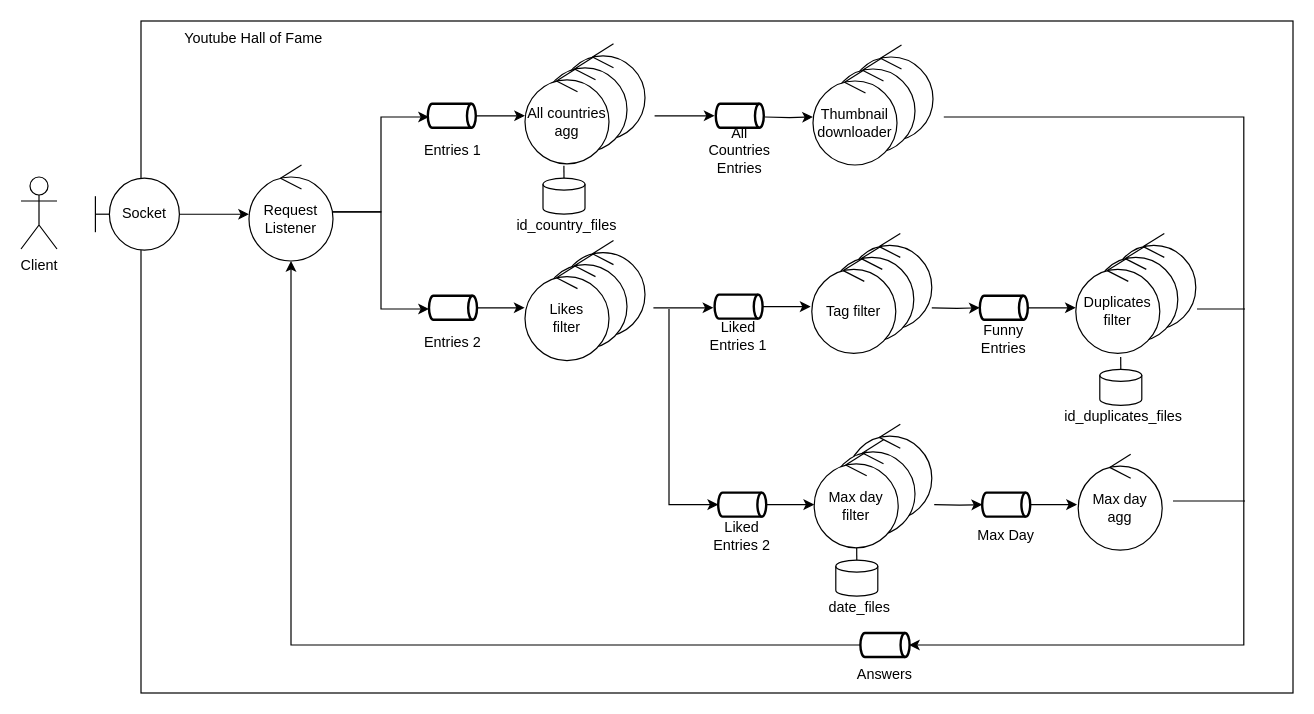
This is imgs/robustez.drawio from FrancoBar/Distribuidos-Tp2, a draw.io file, before an edit. Source tidied: cells renumbered, new cells numbered last; positions are measured from the earlier drawing's top-left corner, leaving out a move shared by most shapes. Both pictures are drawn from the tidied source at 120%, with x=0, y=0 at pixel (20, 20).
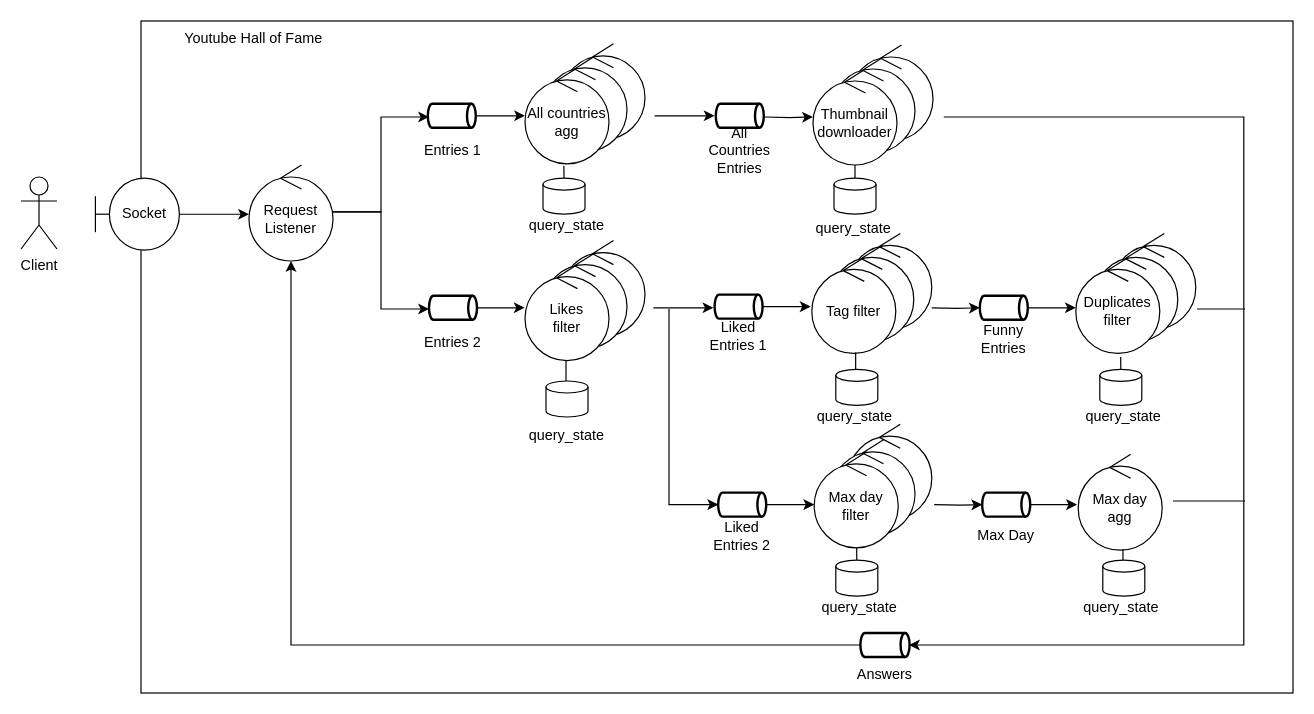
The same page after the edit.

Commit message:
Update diagrama de robustez

Unchanged cells that the change refers to:
```xml
<mxCell id="17" value="&lt;div&gt;Thumbnail&lt;/div&gt;&lt;div&gt;downloader&lt;br&gt;&lt;/div&gt;" style="ellipse;shape=umlControl;whiteSpace=wrap;html=1;" parent="1" vertex="1">
  <mxGeometry x="660" y="40" width="70" height="80" as="geometry" />
</mxCell>
<mxCell id="24" value="&lt;div&gt;Max day&lt;/div&gt;&lt;div&gt;agg&lt;br&gt;&lt;/div&gt;" style="ellipse;shape=umlControl;whiteSpace=wrap;html=1;" parent="1" vertex="1">
  <mxGeometry x="881" y="361" width="70" height="80" as="geometry" />
</mxCell>
<mxCell id="28" value="Tag filter" style="ellipse;shape=umlControl;whiteSpace=wrap;html=1;" parent="1" vertex="1">
  <mxGeometry x="659" y="197" width="70" height="80" as="geometry" />
</mxCell>
<mxCell id="44" value="&lt;div&gt;Likes&lt;/div&gt;&lt;div&gt;filter&lt;br&gt;&lt;/div&gt;" style="ellipse;shape=umlControl;whiteSpace=wrap;html=1;" parent="1" vertex="1">
  <mxGeometry x="420" y="203" width="70" height="80" as="geometry" />
</mxCell>
```

What changed in the source:
```diff
@@
-    <mxCell id="62" value="id_country_files" style="text;html=1;strokeColor=none;fillColor=none;align=center;verticalAlign=middle;whiteSpace=wrap;rounded=0;strokeWidth=1;" parent="1" vertex="1">
+    <mxCell id="62" value="query_state" style="text;html=1;strokeColor=none;fillColor=none;align=center;verticalAlign=middle;whiteSpace=wrap;rounded=0;strokeWidth=1;" parent="1" vertex="1">
       <mxGeometry x="425" y="161" width="60" height="20" as="geometry" />
     </mxCell>
@@
-    <mxCell id="65" value="id_duplicates_files" style="text;html=1;strokeColor=none;fillColor=none;align=center;verticalAlign=middle;whiteSpace=wrap;rounded=0;strokeWidth=1;" parent="1" vertex="1">
+    <mxCell id="65" value="query_state" style="text;html=1;strokeColor=none;fillColor=none;align=center;verticalAlign=middle;whiteSpace=wrap;rounded=0;strokeWidth=1;" parent="1" vertex="1">
       <mxGeometry x="889" y="320.3" width="60" height="20" as="geometry" />
     </mxCell>
@@
-    <mxCell id="68" value="date_files" style="text;html=1;strokeColor=none;fillColor=none;align=center;verticalAlign=middle;whiteSpace=wrap;rounded=0;strokeWidth=1;" parent="1" vertex="1">
+    <mxCell id="68" value="query_state" style="text;html=1;strokeColor=none;fillColor=none;align=center;verticalAlign=middle;whiteSpace=wrap;rounded=0;strokeWidth=1;" parent="1" vertex="1">
       <mxGeometry x="669" y="479.3" width="60" height="20" as="geometry" />
     </mxCell>
@@
+    <mxCell id="70" style="edgeStyle=orthogonalEdgeStyle;rounded=0;jettySize=auto;html=1;entryX=0.5;entryY=1;entryDx=0;entryDy=0;entryPerimeter=0;endArrow=none;endFill=0;" parent="1" edge="1" source="71" target="17">
+      <mxGeometry relative="1" as="geometry">
+        <Array as="points">
+          <mxPoint x="695" y="120" />
+          <mxPoint x="695" y="120" />
+        </Array>
+      </mxGeometry>
+    </mxCell>
+    <mxCell id="71" style="strokeWidth=1;html=1;shape=mxgraph.flowchart.database;whiteSpace=wrap;fillColor=none;" parent="1" vertex="1">
+      <mxGeometry x="677.5" y="131" width="35" height="30" as="geometry" />
+    </mxCell>
+    <mxCell id="72" value="query_state" style="text;html=1;strokeColor=none;fillColor=none;align=center;verticalAlign=middle;whiteSpace=wrap;rounded=0;strokeWidth=1;" parent="1" vertex="1">
+      <mxGeometry x="664" y="163" width="60" height="20" as="geometry" />
+    </mxCell>
+    <mxCell id="73" style="edgeStyle=orthogonalEdgeStyle;rounded=0;jettySize=auto;html=1;entryX=0.488;entryY=1.001;entryDx=0;entryDy=0;entryPerimeter=0;endArrow=none;endFill=0;" parent="1" edge="1" source="74" target="44">
+      <mxGeometry relative="1" as="geometry">
+        <Array as="points">
+          <mxPoint x="455" y="283" />
+        </Array>
+      </mxGeometry>
+    </mxCell>
+    <mxCell id="74" style="strokeWidth=1;html=1;shape=mxgraph.flowchart.database;whiteSpace=wrap;fillColor=none;" parent="1" vertex="1">
+      <mxGeometry x="437.5" y="300" width="35" height="30" as="geometry" />
+    </mxCell>
+    <mxCell id="75" value="query_state" style="text;html=1;strokeColor=none;fillColor=none;align=center;verticalAlign=middle;whiteSpace=wrap;rounded=0;strokeWidth=1;" parent="1" vertex="1">
+      <mxGeometry x="425" y="336" width="60" height="20" as="geometry" />
+    </mxCell>
+    <mxCell id="76" style="edgeStyle=orthogonalEdgeStyle;rounded=0;jettySize=auto;html=1;entryX=0.522;entryY=0.99;entryDx=0;entryDy=0;entryPerimeter=0;endArrow=none;endFill=0;" parent="1" edge="1" source="77" target="28">
+      <mxGeometry relative="1" as="geometry">
+        <Array as="points">
+          <mxPoint x="697" y="276" />
+        </Array>
+      </mxGeometry>
+    </mxCell>
+    <mxCell id="77" style="strokeWidth=1;html=1;shape=mxgraph.flowchart.database;whiteSpace=wrap;fillColor=none;" parent="1" vertex="1">
+      <mxGeometry x="679" y="290.3" width="35" height="30" as="geometry" />
+    </mxCell>
+    <mxCell id="78" value="query_state" style="text;html=1;strokeColor=none;fillColor=none;align=center;verticalAlign=middle;whiteSpace=wrap;rounded=0;strokeWidth=1;" parent="1" vertex="1">
+      <mxGeometry x="665" y="320.3" width="60" height="20" as="geometry" />
+    </mxCell>
+    <mxCell id="79" style="edgeStyle=orthogonalEdgeStyle;rounded=0;jettySize=auto;html=1;entryX=0.533;entryY=0.991;entryDx=0;entryDy=0;entryPerimeter=0;endArrow=none;endFill=0;" parent="1" edge="1" source="80" target="24">
+      <mxGeometry relative="1" as="geometry">
+        <Array as="points">
+          <mxPoint x="919" y="440" />
+        </Array>
+      </mxGeometry>
+    </mxCell>
+    <mxCell id="80" style="strokeWidth=1;html=1;shape=mxgraph.flowchart.database;whiteSpace=wrap;fillColor=none;" parent="1" vertex="1">
+      <mxGeometry x="901.5" y="449.3" width="35" height="30" as="geometry" />
+    </mxCell>
+    <mxCell id="81" value="query_state" style="text;html=1;strokeColor=none;fillColor=none;align=center;verticalAlign=middle;whiteSpace=wrap;rounded=0;strokeWidth=1;" parent="1" vertex="1">
+      <mxGeometry x="886.5" y="479.3" width="60" height="20" as="geometry" />
+    </mxCell>
```
